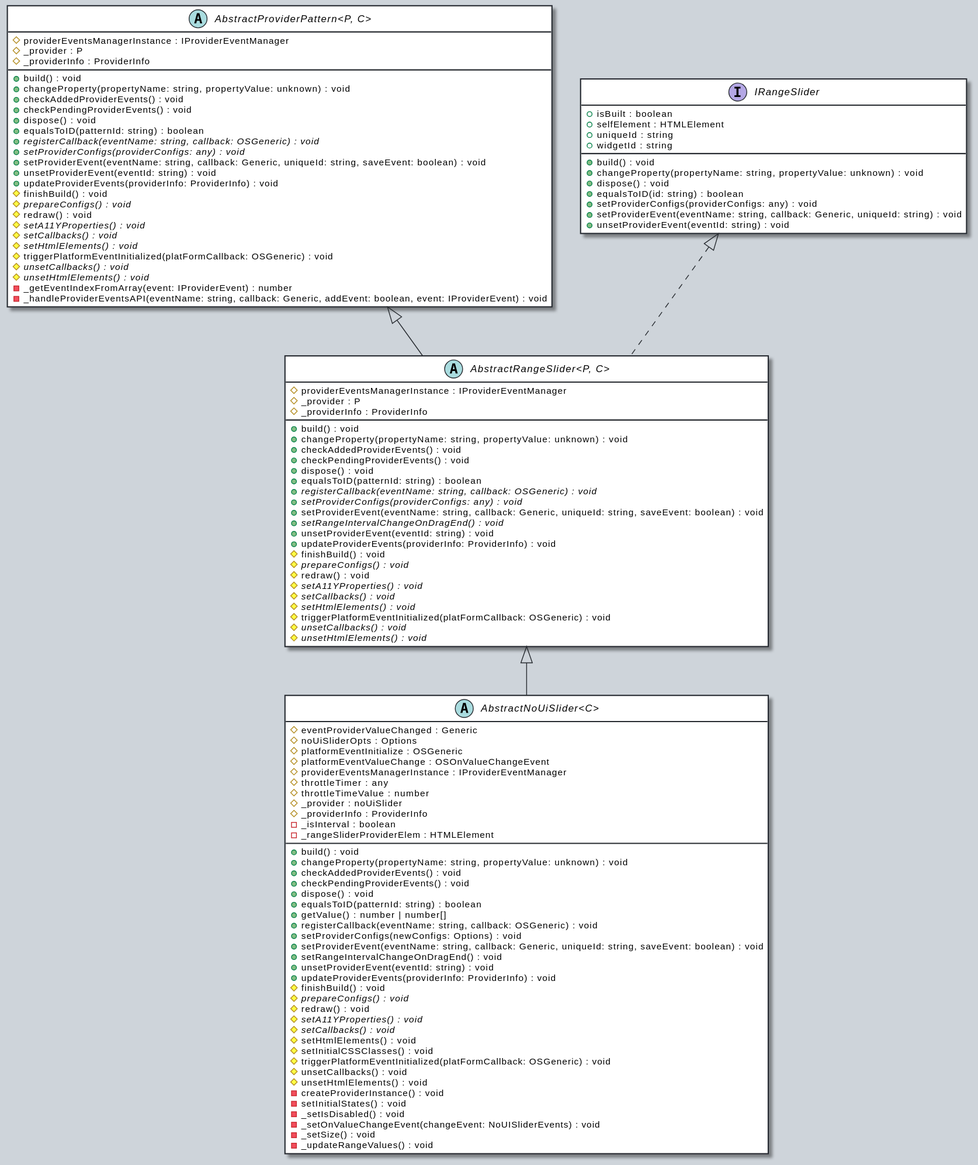
Before: docs/assets/AbstractRangeSlider-umlClassDiagram-4974.svg, a diagram exported from PlantUML (OutSystems/outsystems-ui). Its diagram source:
```plantuml
@startuml
skinparam ClassArrowColor #272b30
skinparam ClassBorderColor #272b30
skinparam ClassBackgroundColor #fff
skinparam BackgroundColor #ced4da
hide empty methods
hide empty fields
abstract class "AbstractRangeSlider<P, C>" {
    #providerEventsManagerInstance : IProviderEventManager
    #_provider : P
    #_providerInfo : ProviderInfo
    +build() : void
    +changeProperty(propertyName: string, propertyValue: unknown) : void
    +checkAddedProviderEvents() : void
    +checkPendingProviderEvents() : void
    +dispose() : void
    +equalsToID(patternId: string) : boolean
    {abstract} +registerCallback(eventName: string, callback: OSGeneric) : void
    {abstract} +setProviderConfigs(providerConfigs: any) : void
    +setProviderEvent(eventName: string, callback: Generic, uniqueId: string, saveEvent: boolean) : void
    {abstract} +setRangeIntervalChangeOnDragEnd() : void
    +unsetProviderEvent(eventId: string) : void
    +updateProviderEvents(providerInfo: ProviderInfo) : void
    #finishBuild() : void
    {abstract} #prepareConfigs() : void
    #redraw() : void
    {abstract} #setA11YProperties() : void
    {abstract} #setCallbacks() : void
    {abstract} #setHtmlElements() : void
    #triggerPlatformEventInitialized(platFormCallback: OSGeneric) : void
    {abstract} #unsetCallbacks() : void
    {abstract} #unsetHtmlElements() : void
}
abstract class "AbstractProviderPattern<P, C>" {
    #providerEventsManagerInstance : IProviderEventManager
    #_provider : P
    #_providerInfo : ProviderInfo
    +build() : void
    +changeProperty(propertyName: string, propertyValue: unknown) : void
    +checkAddedProviderEvents() : void
    +checkPendingProviderEvents() : void
    +dispose() : void
    +equalsToID(patternId: string) : boolean
    {abstract} +registerCallback(eventName: string, callback: OSGeneric) : void
    {abstract} +setProviderConfigs(providerConfigs: any) : void
    +setProviderEvent(eventName: string, callback: Generic, uniqueId: string, saveEvent: boolean) : void
    +unsetProviderEvent(eventId: string) : void
    +updateProviderEvents(providerInfo: ProviderInfo) : void
    #finishBuild() : void
    {abstract} #prepareConfigs() : void
    #redraw() : void
    {abstract} #setA11YProperties() : void
    {abstract} #setCallbacks() : void
    {abstract} #setHtmlElements() : void
    #triggerPlatformEventInitialized(platFormCallback: OSGeneric) : void
    {abstract} #unsetCallbacks() : void
    {abstract} #unsetHtmlElements() : void
    -_getEventIndexFromArray(event: IProviderEvent) : number
    -_handleProviderEventsAPI(eventName: string, callback: Generic, addEvent: boolean, event: IProviderEvent) : void
}
"AbstractProviderPattern<P, C>" <|-- "AbstractRangeSlider<P, C>"
interface "IRangeSlider" {
    +isBuilt : boolean
    +selfElement : HTMLElement
    +uniqueId : string
    +widgetId : string
    +build() : void
    +changeProperty(propertyName: string, propertyValue: unknown) : void
    +dispose() : void
    +equalsToID(id: string) : boolean
    +setProviderConfigs(providerConfigs: any) : void
    +setProviderEvent(eventName: string, callback: Generic, uniqueId: string) : void
    +unsetProviderEvent(eventId: string) : void
}
"IRangeSlider" <|.. "AbstractRangeSlider<P, C>"
abstract class "AbstractNoUiSlider<C>" {
    #eventProviderValueChanged : Generic
    #noUiSliderOpts : Options
    #platformEventInitialize : OSGeneric
    #platformEventValueChange : OSOnValueChangeEvent
    #providerEventsManagerInstance : IProviderEventManager
    #throttleTimer : any
    #throttleTimeValue : number
    #_provider : noUiSlider
    #_providerInfo : ProviderInfo
    -_isInterval : boolean
    -_rangeSliderProviderElem : HTMLElement
    +build() : void
    +changeProperty(propertyName: string, propertyValue: unknown) : void
    +checkAddedProviderEvents() : void
    +checkPendingProviderEvents() : void
    +dispose() : void
    +equalsToID(patternId: string) : boolean
    +getValue() : number | number[]
    +registerCallback(eventName: string, callback: OSGeneric) : void
    +setProviderConfigs(newConfigs: Options) : void
    +setProviderEvent(eventName: string, callback: Generic, uniqueId: string, saveEvent: boolean) : void
    +setRangeIntervalChangeOnDragEnd() : void
    +unsetProviderEvent(eventId: string) : void
    +updateProviderEvents(providerInfo: ProviderInfo) : void
    #finishBuild() : void
    {abstract} #prepareConfigs() : void
    #redraw() : void
    {abstract} #setA11YProperties() : void
    {abstract} #setCallbacks() : void
    #setHtmlElements() : void
    #setInitialCSSClasses() : void
    #triggerPlatformEventInitialized(platFormCallback: OSGeneric) : void
    #unsetCallbacks() : void
    #unsetHtmlElements() : void
    -createProviderInstance() : void
    -setInitialStates() : void
    -_setIsDisabled() : void
    -_setOnValueChangeEvent(changeEvent: NoUISliderEvents) : void
    -_setSize() : void
    -_updateRangeValues() : void
}
"AbstractRangeSlider<P, C>" <|-- "AbstractNoUiSlider<C>"
@enduml
```
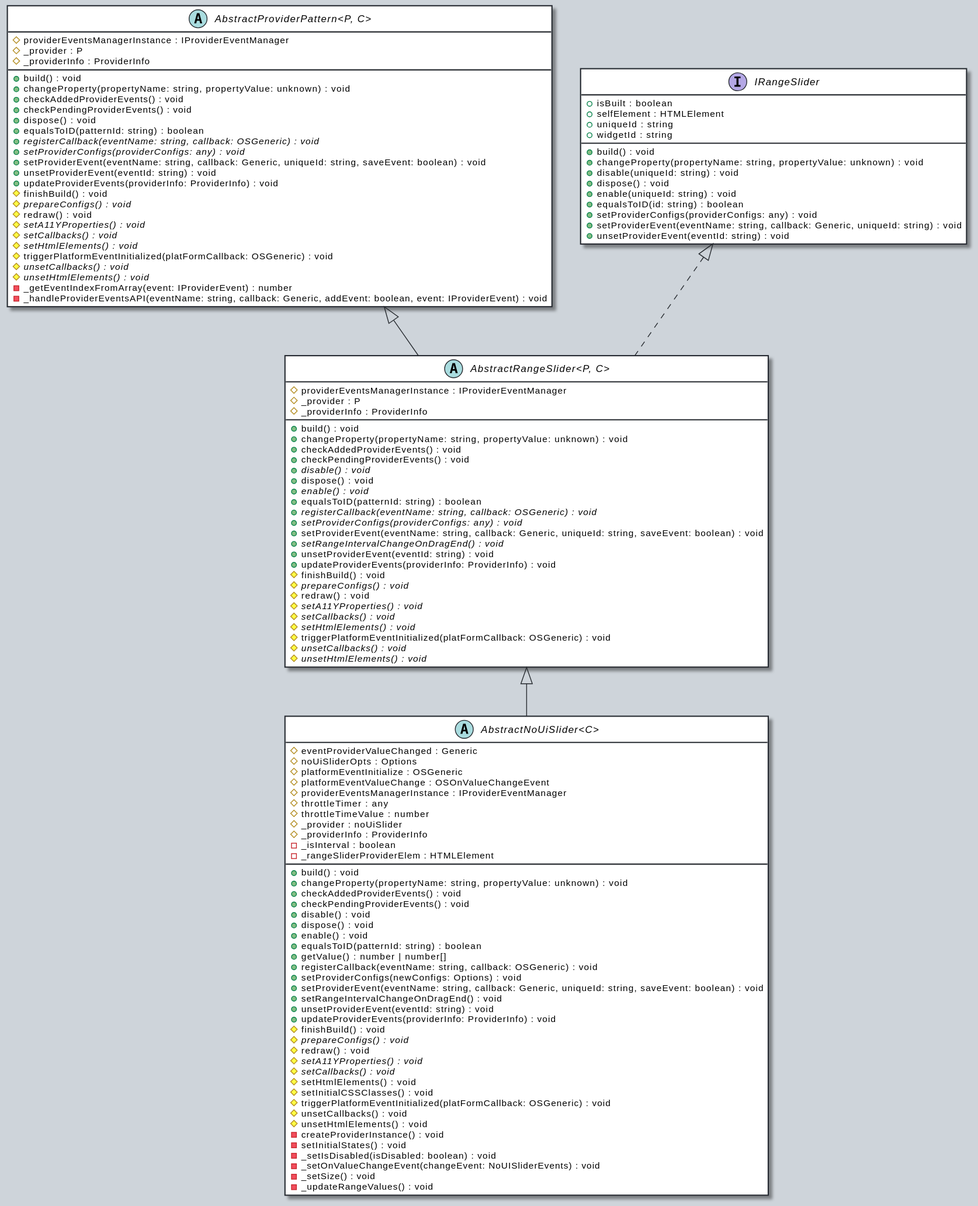
After the change.

Change to the diagram source:
```diff
@@ -13,7 +13,9 @@
     +changeProperty(propertyName: string, propertyValue: unknown) : void
     +checkAddedProviderEvents() : void
     +checkPendingProviderEvents() : void
+    {abstract} +disable() : void
     +dispose() : void
+    {abstract} +enable() : void
     +equalsToID(patternId: string) : boolean
     {abstract} +registerCallback(eventName: string, callback: OSGeneric) : void
     {abstract} +setProviderConfigs(providerConfigs: any) : void
@@ -66,7 +68,9 @@
     +widgetId : string
     +build() : void
     +changeProperty(propertyName: string, propertyValue: unknown) : void
+    +disable(uniqueId: string) : void
     +dispose() : void
+    +enable(uniqueId: string) : void
     +equalsToID(id: string) : boolean
     +setProviderConfigs(providerConfigs: any) : void
     +setProviderEvent(eventName: string, callback: Generic, uniqueId: string) : void
@@ -89,7 +93,9 @@
     +changeProperty(propertyName: string, propertyValue: unknown) : void
     +checkAddedProviderEvents() : void
     +checkPendingProviderEvents() : void
+    +disable() : void
     +dispose() : void
+    +enable() : void
     +equalsToID(patternId: string) : boolean
     +getValue() : number | number[]
     +registerCallback(eventName: string, callback: OSGeneric) : void
@@ -110,7 +116,7 @@
     #unsetHtmlElements() : void
     -createProviderInstance() : void
     -setInitialStates() : void
-    -_setIsDisabled() : void
+    -_setIsDisabled(isDisabled: boolean) : void
     -_setOnValueChangeEvent(changeEvent: NoUISliderEvents) : void
     -_setSize() : void
     -_updateRangeValues() : void
```
